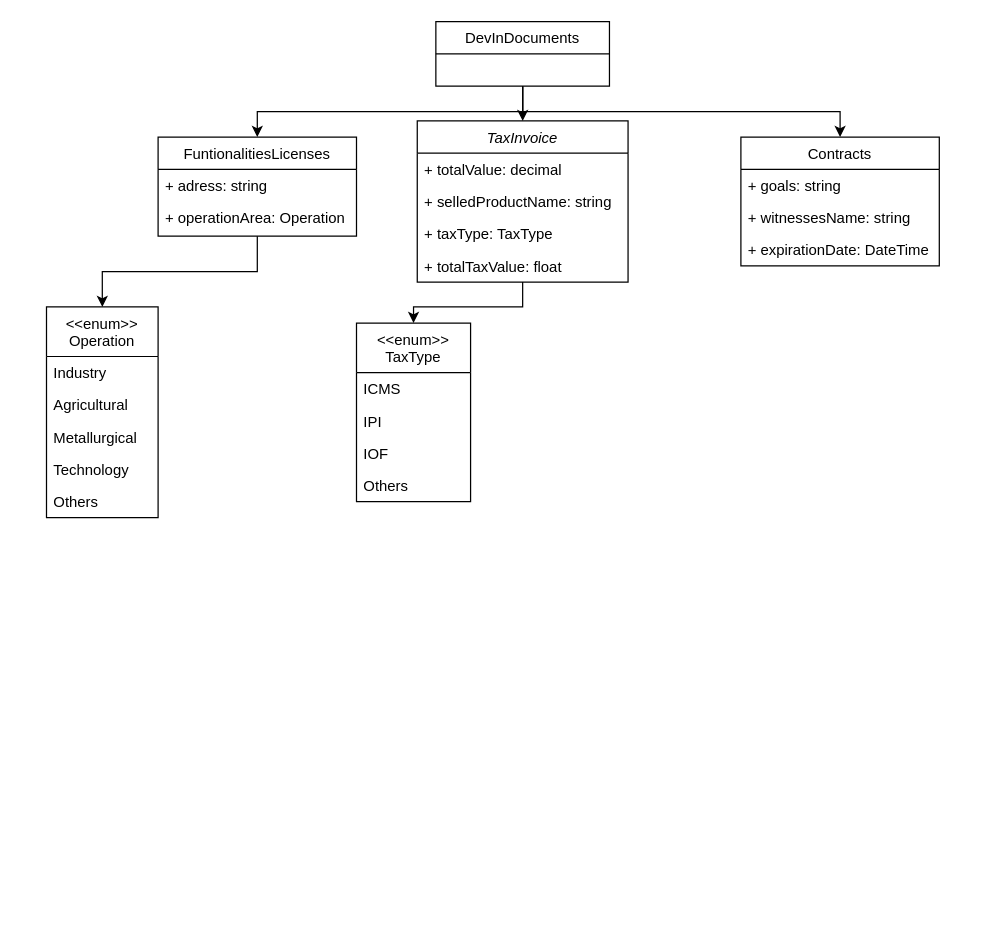
leonardoGasperin/M2S5E keeps this draw.io diagram as DevInDocumentsUML.drawio. Above is the earlier version. Source tidied: cells renumbered, new cells numbered last; positions are measured from the earlier drawing's top-left corner, leaving out a move shared by most shapes. Both pictures are drawn from the tidied source at 124%, with x=0, y=0 at pixel (46, 21).
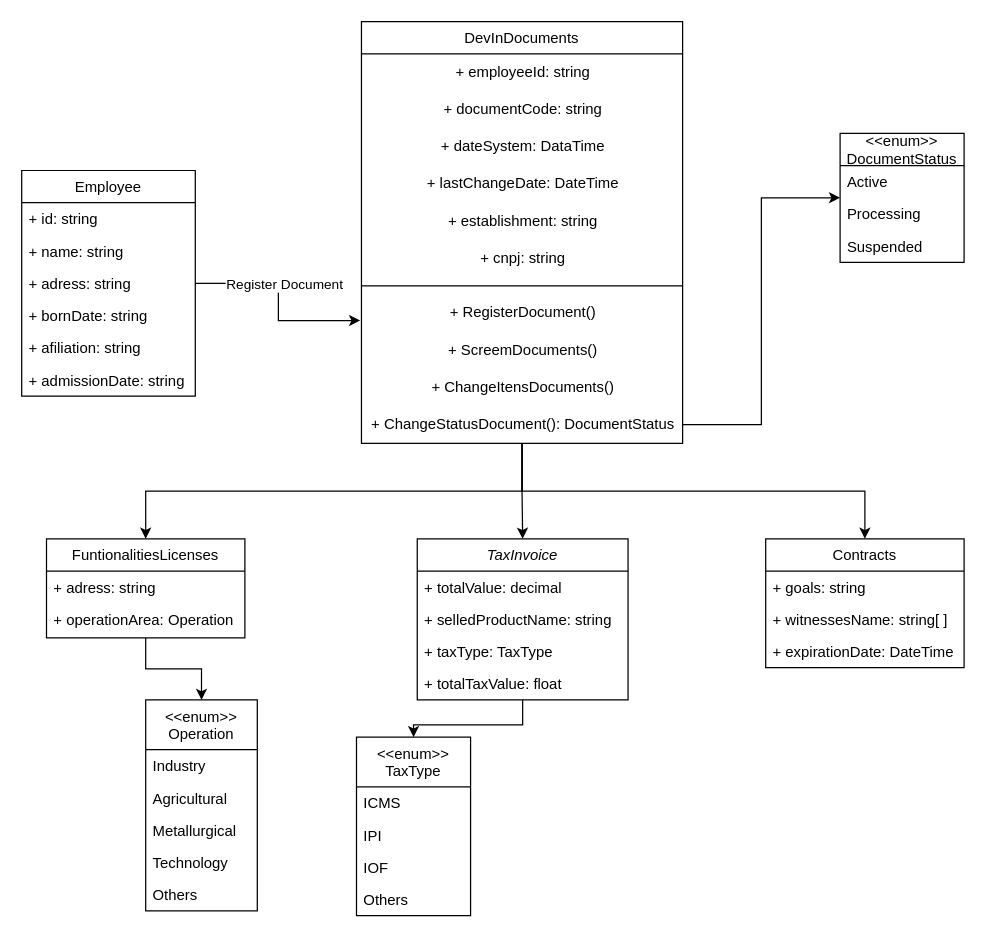
The same page after the edit.

Change to the diagram source:
```diff
@@
     <mxCell id="3" value="TaxInvoice" style="swimlane;fontStyle=2;align=center;verticalAlign=top;horizontal=1;startSize=26;rounded=0;shadow=0;strokeWidth=1;" parent="1" vertex="1">
-      <mxGeometry x="299" y="80" width="170" height="130" as="geometry" />
+      <mxGeometry x="299" y="417" width="170" height="130" as="geometry" />
     </mxCell>
@@
     <mxCell id="8" value="FuntionalitiesLicenses" style="swimlane;fontStyle=0;align=center;verticalAlign=top;horizontal=1;startSize=26;rounded=0;shadow=0;strokeWidth=1;" parent="1" vertex="1">
-      <mxGeometry x="90" y="93" width="160" height="80" as="geometry" />
+      <mxGeometry y="417" width="160" height="80" as="geometry" />
     </mxCell>
@@
     <mxCell id="11" value="Contracts" style="swimlane;fontStyle=0;align=center;verticalAlign=top;horizontal=1;startSize=26;rounded=0;shadow=0;strokeWidth=1;" parent="1" vertex="1">
-      <mxGeometry x="560" y="93" width="160" height="104" as="geometry" />
+      <mxGeometry x="580" y="417" width="160" height="104" as="geometry" />
     </mxCell>
@@
-    <mxCell id="13" value="+ witnessesName: string" style="text;align=left;verticalAlign=top;spacingLeft=4;spacingRight=4;overflow=hidden;" parent="11" vertex="1">
+    <mxCell id="13" value="+ witnessesName: string[ ]" style="text;align=left;verticalAlign=top;spacingLeft=4;spacingRight=4;overflow=hidden;" parent="11" vertex="1">
       <mxGeometry y="52" width="160" height="26" as="geometry" />
     </mxCell>
@@
     <mxCell id="15" value="&lt;&lt;enum&gt;&gt;&#10;TaxType" style="swimlane;fontStyle=0;align=center;verticalAlign=top;horizontal=1;startSize=40;rounded=0;shadow=0;strokeWidth=1;" parent="1" vertex="1">
-      <mxGeometry x="250" y="243" width="92" height="144" as="geometry" />
+      <mxGeometry x="250" y="577" width="92" height="144" as="geometry" />
     </mxCell>
@@
     <mxCell id="20" value="&lt;&lt;enum&gt;&gt;&#10;Operation" style="swimlane;fontStyle=0;align=center;verticalAlign=top;horizontal=1;startSize=40;rounded=0;shadow=0;strokeWidth=1;" parent="1" vertex="1">
-      <mxGeometry y="230" width="90" height="170" as="geometry" />
+      <mxGeometry x="80" y="547" width="90" height="170" as="geometry" />
     </mxCell>
@@
     <mxCell id="29" value="DevInDocuments" style="swimlane;fontStyle=0;horizontal=1;startSize=26;fillColor=none;" parent="1" vertex="1">
-      <mxGeometry x="314" width="140" height="52" as="geometry" />
+      <mxGeometry x="254" width="259" height="340" as="geometry" />
     </mxCell>
+    <mxCell id="31" value="&lt;span style=&quot;text-align: left;&quot;&gt;+ employeeId: string&lt;/span&gt;" style="text;html=1;align=center;verticalAlign=middle;strokeColor=none;fillColor=none;" parent="29" vertex="1">
+      <mxGeometry y="26" width="259" height="30" as="geometry" />
+    </mxCell>
+    <mxCell id="32" value="&lt;span style=&quot;text-align: left;&quot;&gt;+ documentCode: string&lt;/span&gt;" style="text;html=1;align=center;verticalAlign=middle;strokeColor=none;fillColor=none;" parent="29" vertex="1">
+      <mxGeometry y="56" width="259" height="30" as="geometry" />
+    </mxCell>
+    <mxCell id="33" value="&lt;span style=&quot;text-align: left;&quot;&gt;+ dateSystem: DataTime&lt;/span&gt;" style="text;html=1;align=center;verticalAlign=middle;strokeColor=none;fillColor=none;" parent="29" vertex="1">
+      <mxGeometry y="86" width="259" height="30" as="geometry" />
+    </mxCell>
+    <mxCell id="34" value="&lt;span style=&quot;text-align: left;&quot;&gt;+ lastChangeDate: DateTime&lt;/span&gt;" style="text;html=1;align=center;verticalAlign=middle;strokeColor=none;fillColor=none;" parent="29" vertex="1">
+      <mxGeometry y="116" width="259" height="30" as="geometry" />
+    </mxCell>
+    <mxCell id="35" value="&lt;span style=&quot;text-align: left;&quot;&gt;+&amp;nbsp;establishment: string&lt;/span&gt;" style="text;html=1;align=center;verticalAlign=middle;strokeColor=none;fillColor=none;" parent="29" vertex="1">
+      <mxGeometry y="146" width="259" height="30" as="geometry" />
+    </mxCell>
+    <mxCell id="36" value="&lt;span style=&quot;text-align: left;&quot;&gt;+ cnpj: string&lt;/span&gt;" style="text;html=1;align=center;verticalAlign=middle;strokeColor=none;fillColor=none;" parent="29" vertex="1">
+      <mxGeometry y="176" width="259" height="30" as="geometry" />
+    </mxCell>
+    <mxCell id="37" style="line;strokeWidth=1;fillColor=none;align=left;verticalAlign=middle;spacingTop=-1;spacingLeft=3;spacingRight=3;labelPosition=right;strokeColor=inherit;" parent="29" vertex="1">
+      <mxGeometry y="206" width="259" height="14" as="geometry" />
+    </mxCell>
+    <mxCell id="38" value="&lt;span style=&quot;text-align: left;&quot;&gt;+ RegisterDocument()&lt;/span&gt;" style="text;html=1;align=center;verticalAlign=middle;points=[];strokeColor=none;fillColor=none;" parent="29" vertex="1">
+      <mxGeometry y="220" width="259" height="30" as="geometry" />
+    </mxCell>
+    <mxCell id="39" value="&lt;span style=&quot;text-align: left;&quot;&gt;+ ScreemDocuments()&lt;/span&gt;" style="text;html=1;align=center;verticalAlign=middle;strokeColor=none;fillColor=none;" parent="29" vertex="1">
+      <mxGeometry y="250" width="259" height="30" as="geometry" />
+    </mxCell>
+    <mxCell id="40" value="&lt;span style=&quot;text-align: left;&quot;&gt;+ ChangeItensDocuments()&lt;/span&gt;" style="text;html=1;align=center;verticalAlign=middle;strokeColor=none;fillColor=none;" parent="29" vertex="1">
+      <mxGeometry y="280" width="259" height="30" as="geometry" />
+    </mxCell>
+    <mxCell id="41" value="&lt;span style=&quot;text-align: left;&quot;&gt;+ ChangeStatusDocument(): DocumentStatus&lt;/span&gt;" style="text;html=1;align=center;verticalAlign=middle;points=[];strokeColor=none;fillColor=none;" parent="29" vertex="1">
+      <mxGeometry y="310" width="259" height="30" as="geometry" />
+    </mxCell>
@@
+    <mxCell id="42" value="&lt;&lt;enum&gt;&gt;&#10;DocumentStatus" style="swimlane;fontStyle=0;horizontal=1;startSize=26;fillColor=none;" parent="1" vertex="1">
+      <mxGeometry x="640" y="90" width="100" height="104" as="geometry" />
+    </mxCell>
+    <mxCell id="43" value="Active" style="text;strokeColor=none;fillColor=none;align=left;verticalAlign=top;spacingLeft=4;spacingRight=4;overflow=hidden;" parent="42" vertex="1">
+      <mxGeometry y="26" width="100" height="26" as="geometry" />
+    </mxCell>
+    <mxCell id="44" value="Processing" style="text;strokeColor=none;fillColor=none;align=left;verticalAlign=top;spacingLeft=4;spacingRight=4;overflow=hidden;" parent="42" vertex="1">
+      <mxGeometry y="52" width="100" height="26" as="geometry" />
+    </mxCell>
+    <mxCell id="45" value="Suspended" style="text;strokeColor=none;fillColor=none;align=left;verticalAlign=top;spacingLeft=4;spacingRight=4;overflow=hidden;" parent="42" vertex="1">
+      <mxGeometry y="78" width="100" height="26" as="geometry" />
+    </mxCell>
+    <mxCell id="46" style="edgeStyle=orthogonalEdgeStyle;rounded=0;jettySize=auto;html=1;entryX=0;entryY=0.5;entryDx=0;entryDy=0;" parent="1" edge="1" source="41" target="42">
+      <mxGeometry relative="1" as="geometry" />
+    </mxCell>
+    <mxCell id="47" value="Employee" style="swimlane;fontStyle=0;horizontal=1;startSize=26;fillColor=none;" parent="1" vertex="1">
+      <mxGeometry x="-20" y="120" width="140" height="182" as="geometry" />
+    </mxCell>
+    <mxCell id="48" value="+ id: string" style="text;strokeColor=none;fillColor=none;align=left;verticalAlign=top;spacingLeft=4;spacingRight=4;overflow=hidden;" parent="47" vertex="1">
+      <mxGeometry y="26" width="140" height="26" as="geometry" />
+    </mxCell>
+    <mxCell id="49" value="+ name: string" style="text;strokeColor=none;fillColor=none;align=left;verticalAlign=top;spacingLeft=4;spacingRight=4;overflow=hidden;" parent="47" vertex="1">
+      <mxGeometry y="52" width="140" height="26" as="geometry" />
+    </mxCell>
+    <mxCell id="50" value="+ adress: string" style="text;strokeColor=none;fillColor=none;align=left;verticalAlign=top;spacingLeft=4;spacingRight=4;overflow=hidden;points=[[0,0.5],[1,0.5]];portConstraint=eastwest;" parent="47" vertex="1">
+      <mxGeometry y="78" width="140" height="26" as="geometry" />
+    </mxCell>
+    <mxCell id="51" value="+ bornDate: string" style="text;strokeColor=none;fillColor=none;align=left;verticalAlign=top;spacingLeft=4;spacingRight=4;overflow=hidden;" parent="47" vertex="1">
+      <mxGeometry y="104" width="140" height="26" as="geometry" />
+    </mxCell>
+    <mxCell id="52" value="+ afiliation: string" style="text;strokeColor=none;fillColor=none;align=left;verticalAlign=top;spacingLeft=4;spacingRight=4;overflow=hidden;" parent="47" vertex="1">
+      <mxGeometry y="130" width="140" height="26" as="geometry" />
+    </mxCell>
+    <mxCell id="53" value="+ admissionDate: string" style="text;strokeColor=none;fillColor=none;align=left;verticalAlign=top;spacingLeft=4;spacingRight=4;overflow=hidden;" parent="47" vertex="1">
+      <mxGeometry y="156" width="140" height="26" as="geometry" />
+    </mxCell>
+    <mxCell id="54" style="edgeStyle=orthogonalEdgeStyle;rounded=0;jettySize=auto;html=1;entryX=-0.004;entryY=0.7;entryDx=0;entryDy=0;entryPerimeter=0;" parent="1" edge="1" source="50" target="38">
+      <mxGeometry relative="1" as="geometry" />
+    </mxCell>
+    <mxCell id="55" value="Register Document" style="edgeLabel;html=1;align=center;verticalAlign=middle;" parent="54" vertex="1">
+      <mxGeometry x="-0.28" y="2" relative="1" as="geometry">
+        <mxPoint x="12" y="2" as="offset" />
+      </mxGeometry>
+    </mxCell>
```
